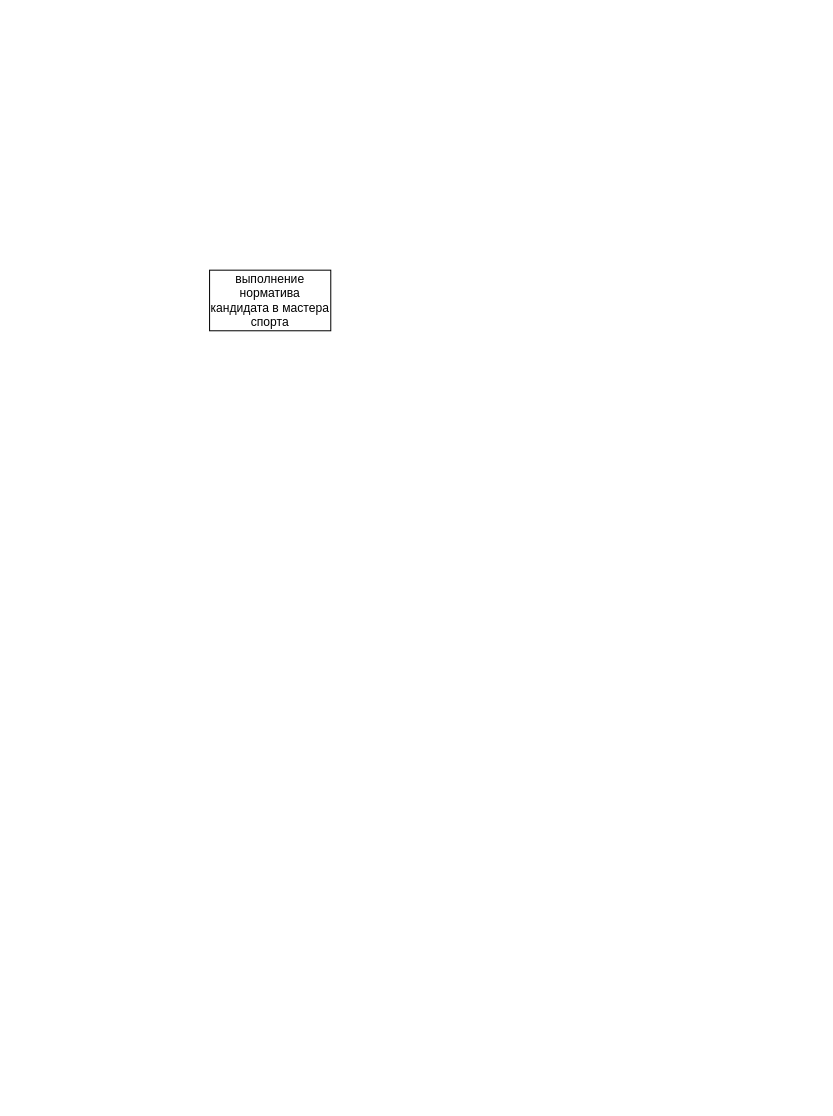
The draw.io diagram Расчет очков.drawio in Buterbrod/Swimming-open, before the edit. Source tidied: cells renumbered, new cells numbered last; positions are measured from the earlier drawing's top-left corner, leaving out a move shared by most shapes. Both pictures are drawn from the tidied source at 101%, with x=0, y=0 at pixel (209, 270).
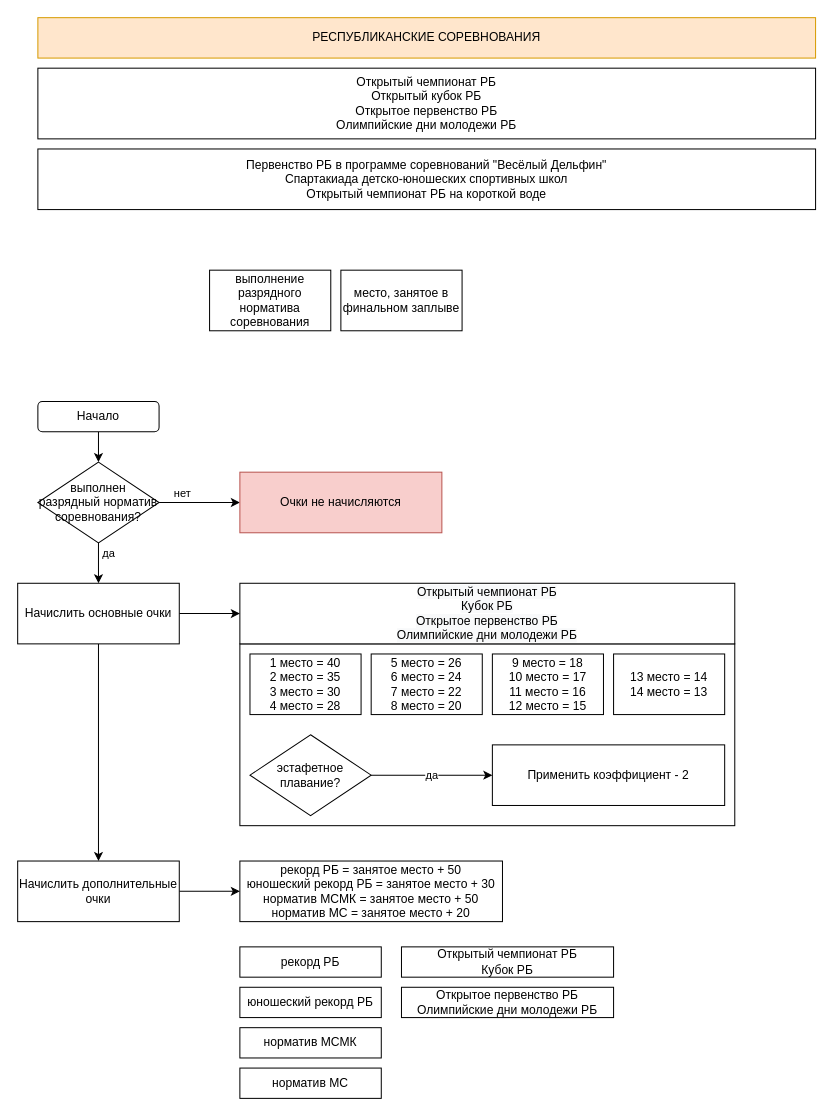
After the change.

What changed in the source:
```diff
@@
+    <mxCell id="3" value="&lt;span style=&quot;&quot;&gt;&lt;br&gt;&lt;/span&gt;" style="rounded=0;whiteSpace=wrap;html=1;" parent="1" vertex="1">
+      <mxGeometry x="30" y="370" width="490" height="180" as="geometry" />
+    </mxCell>
-    <mxCell id="2" value="&lt;span style=&quot;&quot;&gt;выполнение норматива кандидата в мастера спорта&lt;/span&gt;" style="rounded=0;whiteSpace=wrap;html=1;" parent="1" vertex="1">
+    <mxCell id="2" value="&lt;span style=&quot;&quot;&gt;выполнение разрядного норматива соревнования&lt;/span&gt;" style="rounded=0;whiteSpace=wrap;html=1;" parent="1" vertex="1">
       <mxGeometry width="120" height="60" as="geometry" />
     </mxCell>
+    <mxCell id="4" value="да" style="edgeStyle=orthogonalEdgeStyle;rounded=0;jettySize=auto;html=1;entryX=0.5;entryY=0;entryDx=0;entryDy=0;" parent="1" edge="1" source="7" target="28">
+      <mxGeometry x="-0.48" y="10" relative="1" as="geometry" />
+    </mxCell>
+    <mxCell id="5" style="edgeStyle=orthogonalEdgeStyle;rounded=0;jettySize=auto;html=1;entryX=0;entryY=0.5;entryDx=0;entryDy=0;" parent="1" edge="1" source="7" target="8">
+      <mxGeometry relative="1" as="geometry" />
+    </mxCell>
+    <mxCell id="6" value="нет" style="edgeLabel;html=1;align=center;verticalAlign=middle;" parent="5" vertex="1">
+      <mxGeometry x="-0.36" y="-1" relative="1" as="geometry">
+        <mxPoint x="-4" y="-11" as="offset" />
+      </mxGeometry>
+    </mxCell>
+    <mxCell id="7" value="выполнен разрядный норматив соревнования?" style="rhombus;whiteSpace=wrap;html=1;" parent="1" vertex="1">
+      <mxGeometry x="-170" y="190" width="120" height="80" as="geometry" />
+    </mxCell>
+    <mxCell id="8" value="Очки не начисляются" style="rounded=30;whiteSpace=wrap;html=1;arcSize=30;fillColor=#f8cecc;strokeColor=#b85450;" parent="1" vertex="1">
+      <mxGeometry x="30" y="200" width="200" height="60" as="geometry" />
+    </mxCell>
+    <mxCell id="9" value="&lt;span style=&quot;&quot;&gt;место, занятое в финальном заплыве&lt;/span&gt;" style="rounded=0;whiteSpace=wrap;html=1;" parent="1" vertex="1">
+      <mxGeometry x="130" width="120" height="60" as="geometry" />
+    </mxCell>
+    <mxCell id="10" style="edgeStyle=orthogonalEdgeStyle;rounded=0;jettySize=auto;html=1;entryX=0.5;entryY=0;entryDx=0;entryDy=0;" parent="1" edge="1" source="11" target="7">
+      <mxGeometry relative="1" as="geometry" />
+    </mxCell>
+    <mxCell id="11" value="Начало" style="rounded=1;whiteSpace=wrap;html=1;" parent="1" vertex="1">
+      <mxGeometry x="-170" y="130" width="120" height="30" as="geometry" />
+    </mxCell>
+    <mxCell id="12" value="&lt;span style=&quot;color: rgb(0, 0, 0); font-family: Helvetica; font-size: 12px; font-style: normal; font-variant-ligatures: normal; font-variant-caps: normal; font-weight: 400; letter-spacing: normal; orphans: 2; text-align: center; text-indent: 0px; text-transform: none; widows: 2; word-spacing: 0px; -webkit-text-stroke-width: 0px; background-color: rgb(248, 249, 250); text-decoration-thickness: initial; text-decoration-style: initial; text-decoration-color: initial;&quot;&gt;Открытый чемпионат&amp;nbsp;&lt;/span&gt;&lt;span style=&quot;color: rgb(0, 0, 0); font-family: Helvetica; font-size: 12px; font-style: normal; font-variant-ligatures: normal; font-variant-caps: normal; font-weight: 400; letter-spacing: normal; orphans: 2; text-align: center; text-indent: 0px; text-transform: none; widows: 2; word-spacing: 0px; -webkit-text-stroke-width: 0px; background-color: rgb(248, 249, 250); text-decoration-thickness: initial; text-decoration-style: initial; text-decoration-color: initial; float: none; display: inline !important;&quot;&gt;РБ&lt;/span&gt;&lt;br style=&quot;color: rgb(0, 0, 0); font-family: Helvetica; font-size: 12px; font-style: normal; font-variant-ligatures: normal; font-variant-caps: normal; font-weight: 400; letter-spacing: normal; orphans: 2; text-align: center; text-indent: 0px; text-transform: none; widows: 2; word-spacing: 0px; -webkit-text-stroke-width: 0px; background-color: rgb(248, 249, 250); text-decoration-thickness: initial; text-decoration-style: initial; text-decoration-color: initial;&quot;&gt;&lt;span style=&quot;color: rgb(0, 0, 0); font-family: Helvetica; font-size: 12px; font-style: normal; font-variant-ligatures: normal; font-variant-caps: normal; font-weight: 400; letter-spacing: normal; orphans: 2; text-align: center; text-indent: 0px; text-transform: none; widows: 2; word-spacing: 0px; -webkit-text-stroke-width: 0px; background-color: rgb(248, 249, 250); text-decoration-thickness: initial; text-decoration-style: initial; text-decoration-color: initial;&quot;&gt;Кубок РБ&lt;br&gt;Открытое первенство РБ&lt;br&gt;Олимпийские дни молодежи РБ&lt;/span&gt;" style="rounded=0;whiteSpace=wrap;html=1;" parent="1" vertex="1">
+      <mxGeometry x="30" y="310" width="490" height="60" as="geometry" />
+    </mxCell>
+    <mxCell id="13" value="1 место = 40&lt;br&gt;2 место = 35&lt;br&gt;3 место = 30&lt;br&gt;4 место = 28" style="rounded=0;whiteSpace=wrap;html=1;verticalAlign=middle;" parent="1" vertex="1">
+      <mxGeometry x="40" y="380" width="110" height="60" as="geometry" />
+    </mxCell>
+    <mxCell id="14" value="&lt;span style=&quot;&quot;&gt;5 место = 26&lt;/span&gt;&lt;br style=&quot;&quot;&gt;&lt;span style=&quot;&quot;&gt;6 место = 24&lt;/span&gt;&lt;br style=&quot;&quot;&gt;&lt;span style=&quot;&quot;&gt;7 место = 22&lt;/span&gt;&lt;br style=&quot;&quot;&gt;&lt;span style=&quot;&quot;&gt;8 место = 20&lt;/span&gt;" style="rounded=0;whiteSpace=wrap;html=1;verticalAlign=middle;" parent="1" vertex="1">
+      <mxGeometry x="160" y="380" width="110" height="60" as="geometry" />
+    </mxCell>
+    <mxCell id="15" value="&lt;span style=&quot;&quot;&gt;9 место = 18&lt;/span&gt;&lt;br style=&quot;&quot;&gt;&lt;span style=&quot;&quot;&gt;10 место = 17&lt;/span&gt;&lt;br style=&quot;&quot;&gt;&lt;span style=&quot;&quot;&gt;11 место = 16&lt;/span&gt;&lt;br style=&quot;&quot;&gt;&lt;span style=&quot;&quot;&gt;12 место = 15&lt;/span&gt;" style="rounded=0;whiteSpace=wrap;html=1;verticalAlign=middle;" parent="1" vertex="1">
+      <mxGeometry x="280" y="380" width="110" height="60" as="geometry" />
+    </mxCell>
+    <mxCell id="16" value="&lt;span style=&quot;&quot;&gt;13 место = 14&lt;/span&gt;&lt;br style=&quot;&quot;&gt;&lt;span style=&quot;&quot;&gt;14 место = 13&lt;/span&gt;" style="rounded=0;whiteSpace=wrap;html=1;verticalAlign=middle;" parent="1" vertex="1">
+      <mxGeometry x="400" y="380" width="110" height="60" as="geometry" />
+    </mxCell>
+    <mxCell id="17" value="&lt;span style=&quot;&quot;&gt;Применить коэффициент - 2&lt;br&gt;&lt;/span&gt;" style="rounded=0;whiteSpace=wrap;html=1;" parent="1" vertex="1">
+      <mxGeometry x="280" y="470" width="230" height="60" as="geometry" />
+    </mxCell>
+    <mxCell id="18" value="да" style="edgeStyle=orthogonalEdgeStyle;rounded=0;jettySize=auto;html=1;entryX=0;entryY=0.5;entryDx=0;entryDy=0;" parent="1" edge="1" source="19" target="17">
+      <mxGeometry relative="1" as="geometry" />
+    </mxCell>
+    <mxCell id="19" value="эстафетное плавание?" style="rhombus;whiteSpace=wrap;html=1;" parent="1" vertex="1">
+      <mxGeometry x="40" y="460" width="120" height="80" as="geometry" />
+    </mxCell>
+    <mxCell id="20" value="рекорд РБ = занятое место + 50&lt;br&gt;юношеский рекорд РБ = занятое место + 30&lt;br&gt;норматив МСМК = занятое место + 50&lt;br&gt;норматив МС = занятое место + 20" style="rounded=0;whiteSpace=wrap;html=1;verticalAlign=middle;align=center;" parent="1" vertex="1">
+      <mxGeometry x="30" y="585" width="260" height="60" as="geometry" />
+    </mxCell>
+    <mxCell id="21" value="Открытый чемпионат&amp;nbsp;РБ&lt;br&gt;Открытый кубок РБ&lt;br&gt;Открытое первенство РБ&lt;br&gt;Олимпийские дни молодежи РБ" style="rounded=0;whiteSpace=wrap;html=1;" parent="1" vertex="1">
+      <mxGeometry x="-170" y="-200" width="770" height="70" as="geometry" />
+    </mxCell>
+    <mxCell id="22" value="Первенство РБ в программе соревнований&amp;nbsp;&quot;Весёлый Дельфин&quot;&lt;br&gt;Спартакиада детско-юношеских спортивных школ&lt;br&gt;Открытый чемпионат РБ на короткой воде" style="rounded=0;whiteSpace=wrap;html=1;" parent="1" vertex="1">
+      <mxGeometry x="-170" y="-120" width="770" height="60" as="geometry" />
+    </mxCell>
+    <mxCell id="23" value="РЕСПУБЛИКАНСКИЕ СОРЕВНОВАНИЯ" style="rounded=0;whiteSpace=wrap;html=1;labelBackgroundColor=none;fillColor=#ffe6cc;strokeColor=#d79b00;" parent="1" vertex="1">
+      <mxGeometry x="-170" y="-250" width="770" height="40" as="geometry" />
+    </mxCell>
+    <mxCell id="24" style="edgeStyle=orthogonalEdgeStyle;rounded=0;jettySize=auto;html=1;entryX=0;entryY=0.5;entryDx=0;entryDy=0;" parent="1" edge="1" source="25" target="20">
+      <mxGeometry relative="1" as="geometry" />
+    </mxCell>
+    <mxCell id="25" value="Начислить дополнительные очки" style="rounded=0;whiteSpace=wrap;html=1;verticalAlign=middle;align=center;" parent="1" vertex="1">
+      <mxGeometry x="-190" y="585" width="160" height="60" as="geometry" />
+    </mxCell>
+    <mxCell id="26" style="edgeStyle=orthogonalEdgeStyle;rounded=0;jettySize=auto;html=1;entryX=0;entryY=0.5;entryDx=0;entryDy=0;" parent="1" edge="1" source="28" target="12">
+      <mxGeometry relative="1" as="geometry" />
+    </mxCell>
+    <mxCell id="27" style="edgeStyle=orthogonalEdgeStyle;rounded=0;jettySize=auto;html=1;entryX=0.5;entryY=0;entryDx=0;entryDy=0;" parent="1" edge="1" source="28" target="25">
+      <mxGeometry relative="1" as="geometry" />
+    </mxCell>
+    <mxCell id="28" value="Начислить основные очки" style="rounded=0;whiteSpace=wrap;html=1;verticalAlign=middle;align=center;" parent="1" vertex="1">
+      <mxGeometry x="-190" y="310" width="160" height="60" as="geometry" />
+    </mxCell>
+    <mxCell id="29" value="рекорд РБ" style="rounded=0;whiteSpace=wrap;html=1;verticalAlign=middle;align=center;" parent="1" vertex="1">
+      <mxGeometry x="30" y="670" width="140" height="30" as="geometry" />
+    </mxCell>
+    <mxCell id="30" value="Открытый чемпионат&amp;nbsp;РБ&lt;br&gt;Кубок РБ" style="rounded=0;whiteSpace=wrap;html=1;verticalAlign=middle;align=center;" parent="1" vertex="1">
+      <mxGeometry x="190" y="670" width="210" height="30" as="geometry" />
+    </mxCell>
+    <mxCell id="31" value="юношеский рекорд РБ" style="rounded=0;whiteSpace=wrap;html=1;verticalAlign=middle;align=center;" parent="1" vertex="1">
+      <mxGeometry x="30" y="710" width="140" height="30" as="geometry" />
+    </mxCell>
+    <mxCell id="32" value="норматив МСМК" style="rounded=0;whiteSpace=wrap;html=1;verticalAlign=middle;align=center;" parent="1" vertex="1">
+      <mxGeometry x="30" y="750" width="140" height="30" as="geometry" />
+    </mxCell>
+    <mxCell id="33" value="норматив МС" style="rounded=0;whiteSpace=wrap;html=1;verticalAlign=middle;align=center;" parent="1" vertex="1">
+      <mxGeometry x="30" y="790" width="140" height="30" as="geometry" />
+    </mxCell>
+    <mxCell id="34" value="&lt;span style=&quot;&quot;&gt;Открытое первенство РБ&lt;br&gt;Олимпийские дни молодежи РБ&lt;/span&gt;" style="rounded=0;whiteSpace=wrap;html=1;verticalAlign=middle;align=center;" parent="1" vertex="1">
+      <mxGeometry x="190" y="710" width="210" height="30" as="geometry" />
+    </mxCell>
```
